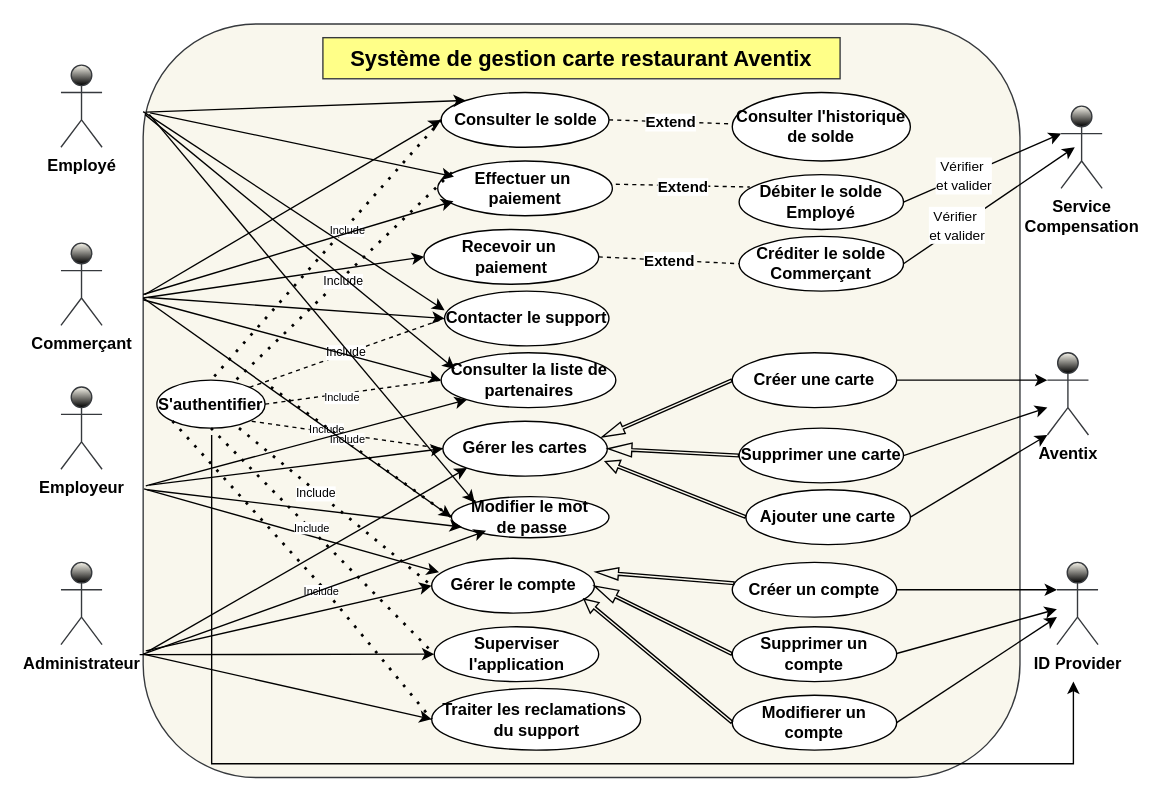
Earlier version of the draw.io diagram Avnetix.drawio (msisitr/aventix-design). Source tidied: cells renumbered, new cells numbered last; positions are measured from the earlier drawing's top-left corner, leaving out a move shared by most shapes. Both pictures are drawn from the tidied source at 137%, with x=0, y=0 at pixel (60, 23).
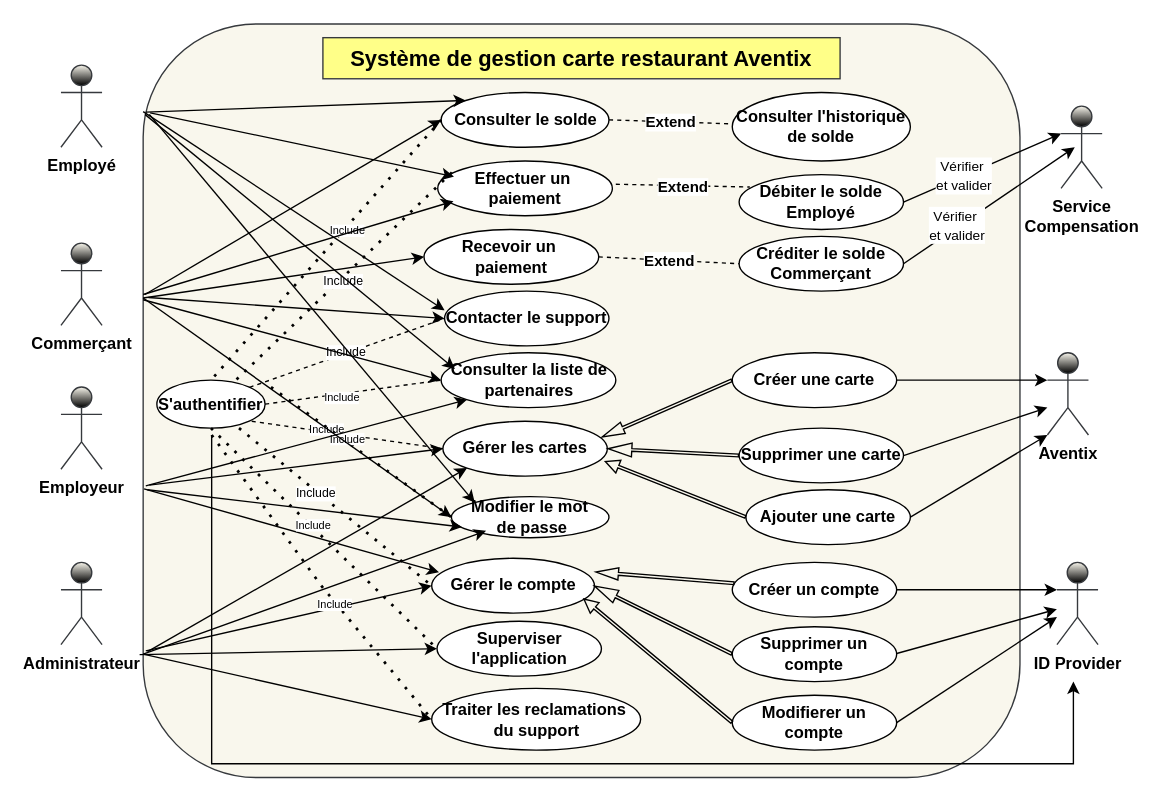
After the change.

Commit message:
Mettre à jour Avnetix.drawio

Unchanged cells that the change refers to:
```xml
<mxCell id="7" value="S'authentifier" style="ellipse;whiteSpace=wrap;html=1;fontStyle=1;" parent="1" vertex="1">
  <mxGeometry x="70" y="260" width="79" height="35" as="geometry" />
</mxCell>
<mxCell id="60" value="Traiter les reclamations&amp;nbsp; du support" style="ellipse;whiteSpace=wrap;html=1;fontStyle=1;" parent="1" vertex="1">
  <mxGeometry x="270.6" y="485" width="152.5" height="45" as="geometry" />
</mxCell>
```

The edit, as a diff of the source:
```diff
@@
     <mxCell id="51" value="Superviser l'application " style="ellipse;whiteSpace=wrap;html=1;fontStyle=1;" parent="1" vertex="1">
-      <mxGeometry x="272.5" y="440" width="120" height="40" as="geometry" />
+      <mxGeometry x="274.5" y="436" width="120" height="40" as="geometry" />
     </mxCell>
@@
-    <mxCell id="62" style="endArrow=none;dashed=1;html=1;dashPattern=1 3;strokeWidth=2;rounded=0;entryX=0;entryY=0.5;entryDx=0;entryDy=0;fontStyle=1;exitX=0;exitY=1;exitDx=0;exitDy=0;" parent="1" edge="1" source="7" target="60">
+    <mxCell id="62" style="endArrow=none;dashed=1;html=1;dashPattern=1 3;strokeWidth=2;rounded=0;entryX=0;entryY=0.5;entryDx=0;entryDy=0;fontStyle=1;" parent="1" edge="1" target="60">
       <mxGeometry relative="1" as="geometry">
+        <mxPoint x="110" y="300" as="sourcePoint" />
         <Array as="points">
           <mxPoint x="190" y="410" />
         </Array>
       </mxGeometry>
     </mxCell>
```
